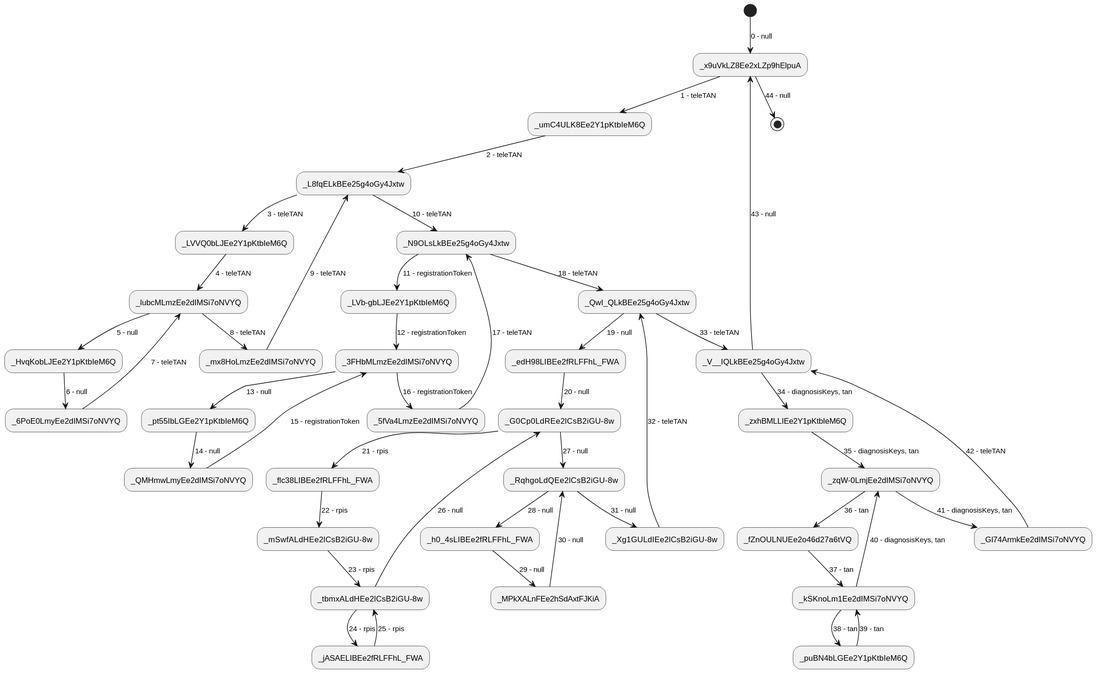
Earlier version of the PlantUML export output/action-sequence_9.svg (abunai-dev/DiagramGenerator).
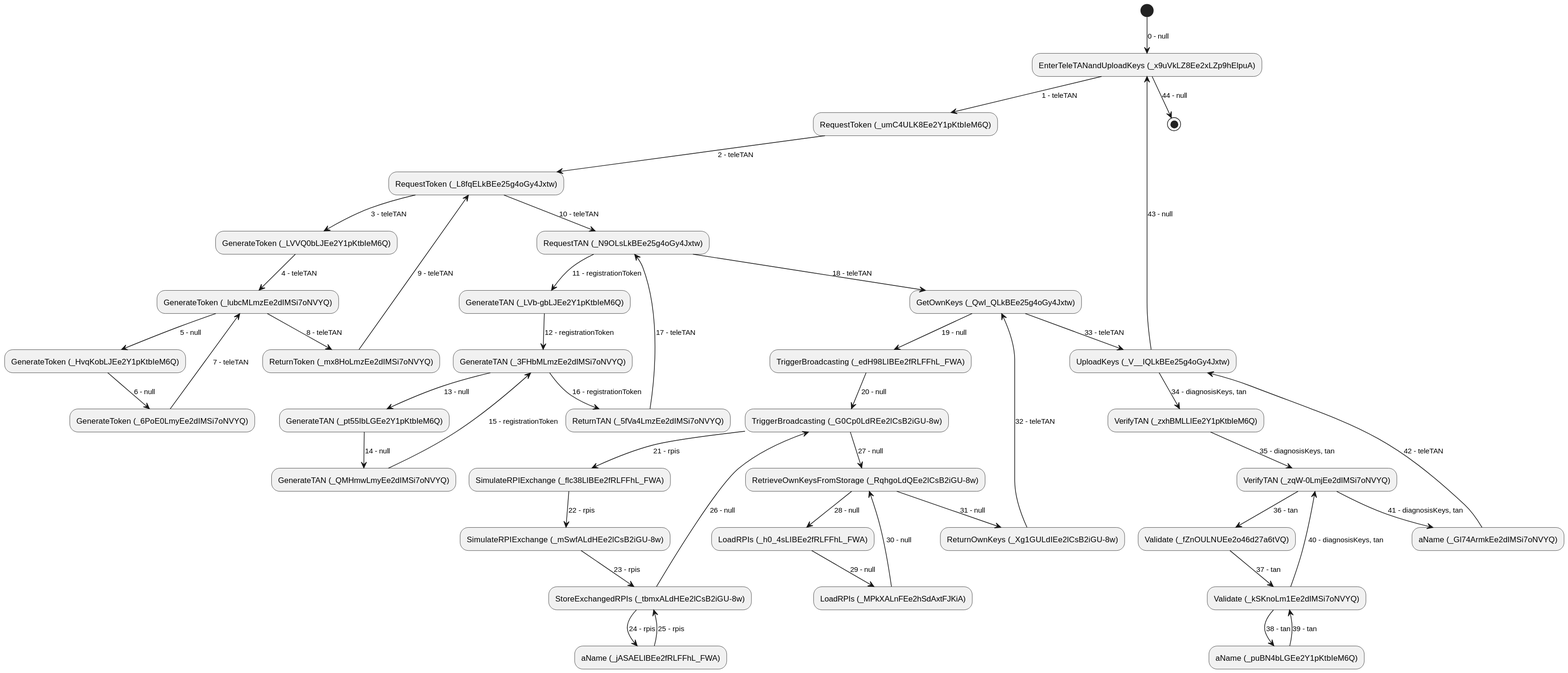
After the commit.

What changed in the source:
```diff
@@ -1,47 +1,47 @@
 @startuml
-(*) --> [0 - null] "_x9uVkLZ8Ee2xLZp9hElpuA"
-"_x9uVkLZ8Ee2xLZp9hElpuA" --> [1 - teleTAN] "_umC4ULK8Ee2Y1pKtbIeM6Q"
-"_umC4ULK8Ee2Y1pKtbIeM6Q" --> [2 - teleTAN] "_L8fqELkBEe25g4oGy4Jxtw"
-"_L8fqELkBEe25g4oGy4Jxtw" --> [3 - teleTAN] "_LVVQ0bLJEe2Y1pKtbIeM6Q"
-"_LVVQ0bLJEe2Y1pKtbIeM6Q" --> [4 - teleTAN] "_lubcMLmzEe2dIMSi7oNVYQ"
-"_lubcMLmzEe2dIMSi7oNVYQ" --> [5 - null] "_HvqKobLJEe2Y1pKtbIeM6Q"
-"_HvqKobLJEe2Y1pKtbIeM6Q" --> [6 - null] "_6PoE0LmyEe2dIMSi7oNVYQ"
-"_6PoE0LmyEe2dIMSi7oNVYQ" --> [7 - teleTAN] "_lubcMLmzEe2dIMSi7oNVYQ"
-"_lubcMLmzEe2dIMSi7oNVYQ" --> [8 - teleTAN] "_mx8HoLmzEe2dIMSi7oNVYQ"
-"_mx8HoLmzEe2dIMSi7oNVYQ" --> [9 - teleTAN] "_L8fqELkBEe25g4oGy4Jxtw"
-"_L8fqELkBEe25g4oGy4Jxtw" --> [10 - teleTAN] "_N9OLsLkBEe25g4oGy4Jxtw"
-"_N9OLsLkBEe25g4oGy4Jxtw" --> [11 - registrationToken] "_LVb-gbLJEe2Y1pKtbIeM6Q"
-"_LVb-gbLJEe2Y1pKtbIeM6Q" --> [12 - registrationToken] "_3FHbMLmzEe2dIMSi7oNVYQ"
-"_3FHbMLmzEe2dIMSi7oNVYQ" --> [13 - null] "_pt55IbLGEe2Y1pKtbIeM6Q"
-"_pt55IbLGEe2Y1pKtbIeM6Q" --> [14 - null] "_QMHmwLmyEe2dIMSi7oNVYQ"
-"_QMHmwLmyEe2dIMSi7oNVYQ" --> [15 - registrationToken] "_3FHbMLmzEe2dIMSi7oNVYQ"
-"_3FHbMLmzEe2dIMSi7oNVYQ" --> [16 - registrationToken] "_5fVa4LmzEe2dIMSi7oNVYQ"
-"_5fVa4LmzEe2dIMSi7oNVYQ" --> [17 - teleTAN] "_N9OLsLkBEe25g4oGy4Jxtw"
-"_N9OLsLkBEe25g4oGy4Jxtw" --> [18 - teleTAN] "_QwI_QLkBEe25g4oGy4Jxtw"
-"_QwI_QLkBEe25g4oGy4Jxtw" --> [19 - null] "_edH98LIBEe2fRLFFhL_FWA"
-"_edH98LIBEe2fRLFFhL_FWA" --> [20 - null] "_G0Cp0LdREe2lCsB2iGU-8w"
-"_G0Cp0LdREe2lCsB2iGU-8w" --> [21 - rpis] "_flc38LIBEe2fRLFFhL_FWA"
-"_flc38LIBEe2fRLFFhL_FWA" --> [22 - rpis] "_mSwfALdHEe2lCsB2iGU-8w"
-"_mSwfALdHEe2lCsB2iGU-8w" --> [23 - rpis] "_tbmxALdHEe2lCsB2iGU-8w"
-"_tbmxALdHEe2lCsB2iGU-8w" --> [24 - rpis] "_jASAELIBEe2fRLFFhL_FWA"
-"_jASAELIBEe2fRLFFhL_FWA" --> [25 - rpis] "_tbmxALdHEe2lCsB2iGU-8w"
-"_tbmxALdHEe2lCsB2iGU-8w" --> [26 - null] "_G0Cp0LdREe2lCsB2iGU-8w"
-"_G0Cp0LdREe2lCsB2iGU-8w" --> [27 - null] "_RqhgoLdQEe2lCsB2iGU-8w"
-"_RqhgoLdQEe2lCsB2iGU-8w" --> [28 - null] "_h0_4sLIBEe2fRLFFhL_FWA"
-"_h0_4sLIBEe2fRLFFhL_FWA" --> [29 - null] "_MPkXALnFEe2hSdAxtFJKiA"
-"_MPkXALnFEe2hSdAxtFJKiA" --> [30 - null] "_RqhgoLdQEe2lCsB2iGU-8w"
-"_RqhgoLdQEe2lCsB2iGU-8w" --> [31 - null] "_Xg1GULdIEe2lCsB2iGU-8w"
-"_Xg1GULdIEe2lCsB2iGU-8w" --> [32 - teleTAN] "_QwI_QLkBEe25g4oGy4Jxtw"
-"_QwI_QLkBEe25g4oGy4Jxtw" --> [33 - teleTAN] "_V__IQLkBEe25g4oGy4Jxtw"
-"_V__IQLkBEe25g4oGy4Jxtw" --> [34 - diagnosisKeys, tan] "_zxhBMLLIEe2Y1pKtbIeM6Q"
-"_zxhBMLLIEe2Y1pKtbIeM6Q" --> [35 - diagnosisKeys, tan] "_zqW-0LmjEe2dIMSi7oNVYQ"
-"_zqW-0LmjEe2dIMSi7oNVYQ" --> [36 - tan] "_fZnOULNUEe2o46d27a6tVQ"
-"_fZnOULNUEe2o46d27a6tVQ" --> [37 - tan] "_kSKnoLm1Ee2dIMSi7oNVYQ"
-"_kSKnoLm1Ee2dIMSi7oNVYQ" --> [38 - tan] "_puBN4bLGEe2Y1pKtbIeM6Q"
-"_puBN4bLGEe2Y1pKtbIeM6Q" --> [39 - tan] "_kSKnoLm1Ee2dIMSi7oNVYQ"
-"_kSKnoLm1Ee2dIMSi7oNVYQ" --> [40 - diagnosisKeys, tan] "_zqW-0LmjEe2dIMSi7oNVYQ"
-"_zqW-0LmjEe2dIMSi7oNVYQ" --> [41 - diagnosisKeys, tan] "_Gl74ArmkEe2dIMSi7oNVYQ"
-"_Gl74ArmkEe2dIMSi7oNVYQ" --> [42 - teleTAN] "_V__IQLkBEe25g4oGy4Jxtw"
-"_V__IQLkBEe25g4oGy4Jxtw" --> [43 - null] "_x9uVkLZ8Ee2xLZp9hElpuA"
-"_x9uVkLZ8Ee2xLZp9hElpuA" --> [44 - null] (*)
+(*) --> [0 - null] "EnterTeleTANandUploadKeys (_x9uVkLZ8Ee2xLZp9hElpuA)"
+"EnterTeleTANandUploadKeys (_x9uVkLZ8Ee2xLZp9hElpuA)" --> [1 - teleTAN] "RequestToken (_umC4ULK8Ee2Y1pKtbIeM6Q)"
+"RequestToken (_umC4ULK8Ee2Y1pKtbIeM6Q)" --> [2 - teleTAN] "RequestToken (_L8fqELkBEe25g4oGy4Jxtw)"
+"RequestToken (_L8fqELkBEe25g4oGy4Jxtw)" --> [3 - teleTAN] "GenerateToken (_LVVQ0bLJEe2Y1pKtbIeM6Q)"
+"GenerateToken (_LVVQ0bLJEe2Y1pKtbIeM6Q)" --> [4 - teleTAN] "GenerateToken (_lubcMLmzEe2dIMSi7oNVYQ)"
+"GenerateToken (_lubcMLmzEe2dIMSi7oNVYQ)" --> [5 - null] "GenerateToken (_HvqKobLJEe2Y1pKtbIeM6Q)"
+"GenerateToken (_HvqKobLJEe2Y1pKtbIeM6Q)" --> [6 - null] "GenerateToken (_6PoE0LmyEe2dIMSi7oNVYQ)"
+"GenerateToken (_6PoE0LmyEe2dIMSi7oNVYQ)" --> [7 - teleTAN] "GenerateToken (_lubcMLmzEe2dIMSi7oNVYQ)"
+"GenerateToken (_lubcMLmzEe2dIMSi7oNVYQ)" --> [8 - teleTAN] "ReturnToken (_mx8HoLmzEe2dIMSi7oNVYQ)"
+"ReturnToken (_mx8HoLmzEe2dIMSi7oNVYQ)" --> [9 - teleTAN] "RequestToken (_L8fqELkBEe25g4oGy4Jxtw)"
+"RequestToken (_L8fqELkBEe25g4oGy4Jxtw)" --> [10 - teleTAN] "RequestTAN (_N9OLsLkBEe25g4oGy4Jxtw)"
+"RequestTAN (_N9OLsLkBEe25g4oGy4Jxtw)" --> [11 - registrationToken] "GenerateTAN (_LVb-gbLJEe2Y1pKtbIeM6Q)"
+"GenerateTAN (_LVb-gbLJEe2Y1pKtbIeM6Q)" --> [12 - registrationToken] "GenerateTAN (_3FHbMLmzEe2dIMSi7oNVYQ)"
+"GenerateTAN (_3FHbMLmzEe2dIMSi7oNVYQ)" --> [13 - null] "GenerateTAN (_pt55IbLGEe2Y1pKtbIeM6Q)"
+"GenerateTAN (_pt55IbLGEe2Y1pKtbIeM6Q)" --> [14 - null] "GenerateTAN (_QMHmwLmyEe2dIMSi7oNVYQ)"
+"GenerateTAN (_QMHmwLmyEe2dIMSi7oNVYQ)" --> [15 - registrationToken] "GenerateTAN (_3FHbMLmzEe2dIMSi7oNVYQ)"
+"GenerateTAN (_3FHbMLmzEe2dIMSi7oNVYQ)" --> [16 - registrationToken] "ReturnTAN (_5fVa4LmzEe2dIMSi7oNVYQ)"
+"ReturnTAN (_5fVa4LmzEe2dIMSi7oNVYQ)" --> [17 - teleTAN] "RequestTAN (_N9OLsLkBEe25g4oGy4Jxtw)"
+"RequestTAN (_N9OLsLkBEe25g4oGy4Jxtw)" --> [18 - teleTAN] "GetOwnKeys (_QwI_QLkBEe25g4oGy4Jxtw)"
+"GetOwnKeys (_QwI_QLkBEe25g4oGy4Jxtw)" --> [19 - null] "TriggerBroadcasting (_edH98LIBEe2fRLFFhL_FWA)"
+"TriggerBroadcasting (_edH98LIBEe2fRLFFhL_FWA)" --> [20 - null] "TriggerBroadcasting (_G0Cp0LdREe2lCsB2iGU-8w)"
+"TriggerBroadcasting (_G0Cp0LdREe2lCsB2iGU-8w)" --> [21 - rpis] "SimulateRPIExchange (_flc38LIBEe2fRLFFhL_FWA)"
+"SimulateRPIExchange (_flc38LIBEe2fRLFFhL_FWA)" --> [22 - rpis] "SimulateRPIExchange (_mSwfALdHEe2lCsB2iGU-8w)"
+"SimulateRPIExchange (_mSwfALdHEe2lCsB2iGU-8w)" --> [23 - rpis] "StoreExchangedRPIs (_tbmxALdHEe2lCsB2iGU-8w)"
+"StoreExchangedRPIs (_tbmxALdHEe2lCsB2iGU-8w)" --> [24 - rpis] "aName (_jASAELIBEe2fRLFFhL_FWA)"
+"aName (_jASAELIBEe2fRLFFhL_FWA)" --> [25 - rpis] "StoreExchangedRPIs (_tbmxALdHEe2lCsB2iGU-8w)"
+"StoreExchangedRPIs (_tbmxALdHEe2lCsB2iGU-8w)" --> [26 - null] "TriggerBroadcasting (_G0Cp0LdREe2lCsB2iGU-8w)"
+"TriggerBroadcasting (_G0Cp0LdREe2lCsB2iGU-8w)" --> [27 - null] "RetrieveOwnKeysFromStorage (_RqhgoLdQEe2lCsB2iGU-8w)"
+"RetrieveOwnKeysFromStorage (_RqhgoLdQEe2lCsB2iGU-8w)" --> [28 - null] "LoadRPIs (_h0_4sLIBEe2fRLFFhL_FWA)"
+"LoadRPIs (_h0_4sLIBEe2fRLFFhL_FWA)" --> [29 - null] "LoadRPIs (_MPkXALnFEe2hSdAxtFJKiA)"
+"LoadRPIs (_MPkXALnFEe2hSdAxtFJKiA)" --> [30 - null] "RetrieveOwnKeysFromStorage (_RqhgoLdQEe2lCsB2iGU-8w)"
+"RetrieveOwnKeysFromStorage (_RqhgoLdQEe2lCsB2iGU-8w)" --> [31 - null] "ReturnOwnKeys (_Xg1GULdIEe2lCsB2iGU-8w)"
+"ReturnOwnKeys (_Xg1GULdIEe2lCsB2iGU-8w)" --> [32 - teleTAN] "GetOwnKeys (_QwI_QLkBEe25g4oGy4Jxtw)"
+"GetOwnKeys (_QwI_QLkBEe25g4oGy4Jxtw)" --> [33 - teleTAN] "UploadKeys (_V__IQLkBEe25g4oGy4Jxtw)"
+"UploadKeys (_V__IQLkBEe25g4oGy4Jxtw)" --> [34 - diagnosisKeys, tan] "VerifyTAN (_zxhBMLLIEe2Y1pKtbIeM6Q)"
+"VerifyTAN (_zxhBMLLIEe2Y1pKtbIeM6Q)" --> [35 - diagnosisKeys, tan] "VerifyTAN (_zqW-0LmjEe2dIMSi7oNVYQ)"
+"VerifyTAN (_zqW-0LmjEe2dIMSi7oNVYQ)" --> [36 - tan] "Validate (_fZnOULNUEe2o46d27a6tVQ)"
+"Validate (_fZnOULNUEe2o46d27a6tVQ)" --> [37 - tan] "Validate (_kSKnoLm1Ee2dIMSi7oNVYQ)"
+"Validate (_kSKnoLm1Ee2dIMSi7oNVYQ)" --> [38 - tan] "aName (_puBN4bLGEe2Y1pKtbIeM6Q)"
+"aName (_puBN4bLGEe2Y1pKtbIeM6Q)" --> [39 - tan] "Validate (_kSKnoLm1Ee2dIMSi7oNVYQ)"
+"Validate (_kSKnoLm1Ee2dIMSi7oNVYQ)" --> [40 - diagnosisKeys, tan] "VerifyTAN (_zqW-0LmjEe2dIMSi7oNVYQ)"
+"VerifyTAN (_zqW-0LmjEe2dIMSi7oNVYQ)" --> [41 - diagnosisKeys, tan] "aName (_Gl74ArmkEe2dIMSi7oNVYQ)"
+"aName (_Gl74ArmkEe2dIMSi7oNVYQ)" --> [42 - teleTAN] "UploadKeys (_V__IQLkBEe25g4oGy4Jxtw)"
+"UploadKeys (_V__IQLkBEe25g4oGy4Jxtw)" --> [43 - null] "EnterTeleTANandUploadKeys (_x9uVkLZ8Ee2xLZp9hElpuA)"
+"EnterTeleTANandUploadKeys (_x9uVkLZ8Ee2xLZp9hElpuA)" --> [44 - null] (*)
 @enduml
```
